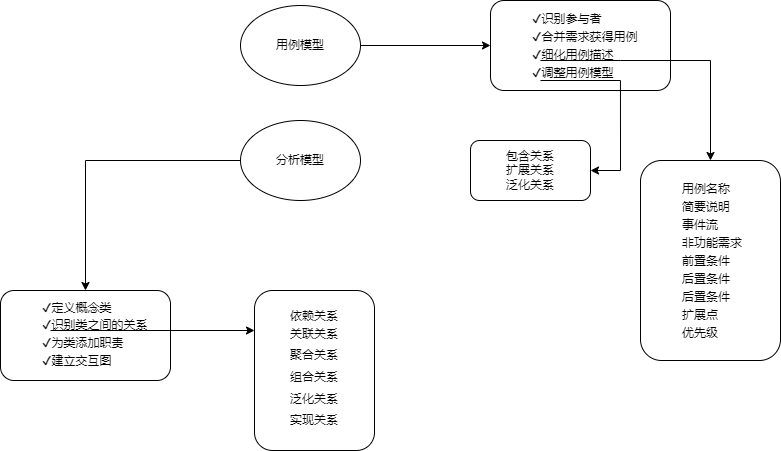
This is books/ruankao/系统架构设计师备考一本通第二版/images/ObjectOrientedRequirementsModeling.png from lcp0578/book-note, a draw.io export, as it was before one commit. Source tidied: cells renumbered, new cells last; positions are measured from the earlier drawing's top-left corner, leaving out a move shared by most shapes.
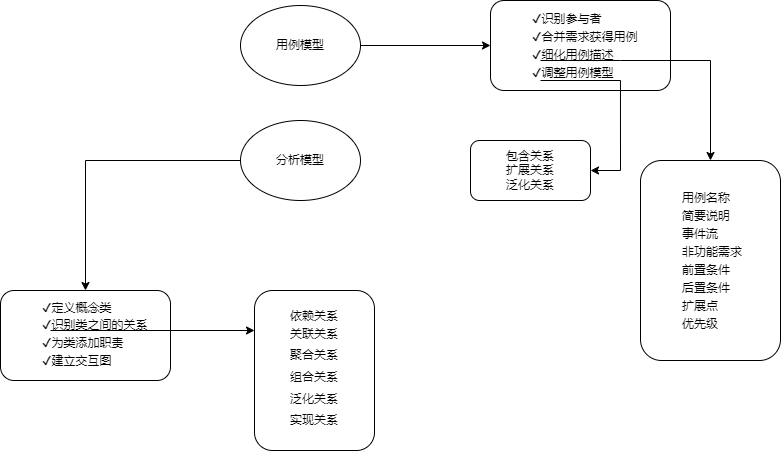
After the change.

Commit message:
update ruankao yibentong 2nd chapter 11

Change to the diagram source:
```diff
@@ -39,7 +39,7 @@
         </Array>
       </mxGeometry>
     </mxCell>
-    <mxCell id="12" value="&lt;blockquote style=&quot;margin: 0px 0px 0px 40px; border: none; padding: 0px; line-height: 150%;&quot;&gt;用例名称&lt;div style=&quot;line-height: 150%;&quot;&gt;简要说明&lt;/div&gt;&lt;div style=&quot;line-height: 150%;&quot;&gt;事件流&lt;/div&gt;&lt;div style=&quot;line-height: 150%;&quot;&gt;非功能需求&lt;/div&gt;&lt;div style=&quot;line-height: 150%;&quot;&gt;前置条件&lt;/div&gt;&lt;div style=&quot;line-height: 150%;&quot;&gt;后置条件&lt;/div&gt;&lt;div style=&quot;line-height: 150%;&quot;&gt;后置条件&lt;/div&gt;&lt;div style=&quot;line-height: 150%;&quot;&gt;扩展点&lt;/div&gt;&lt;div style=&quot;line-height: 150%;&quot;&gt;优先级&lt;/div&gt;&lt;/blockquote&gt;" style="rounded=1;whiteSpace=wrap;html=1;align=left;" parent="1" vertex="1">
+    <mxCell id="12" value="&lt;blockquote style=&quot;margin: 0px 0px 0px 40px; border: none; padding: 0px; line-height: 150%;&quot;&gt;用例名称&lt;div style=&quot;line-height: 150%;&quot;&gt;简要说明&lt;/div&gt;&lt;div style=&quot;line-height: 150%;&quot;&gt;事件流&lt;/div&gt;&lt;div style=&quot;line-height: 150%;&quot;&gt;非功能需求&lt;/div&gt;&lt;div style=&quot;line-height: 150%;&quot;&gt;前置条件&lt;/div&gt;&lt;div style=&quot;line-height: 150%;&quot;&gt;后置条件&lt;/div&gt;&lt;div style=&quot;line-height: 150%;&quot;&gt;扩展点&lt;/div&gt;&lt;div style=&quot;line-height: 150%;&quot;&gt;优先级&lt;/div&gt;&lt;/blockquote&gt;" style="rounded=1;whiteSpace=wrap;html=1;align=left;" parent="1" vertex="1">
       <mxGeometry x="640" y="160" width="140" height="200" as="geometry" />
     </mxCell>
     <mxCell id="13" style="endArrow=none;html=1;rounded=0;" parent="1" edge="1">
```
